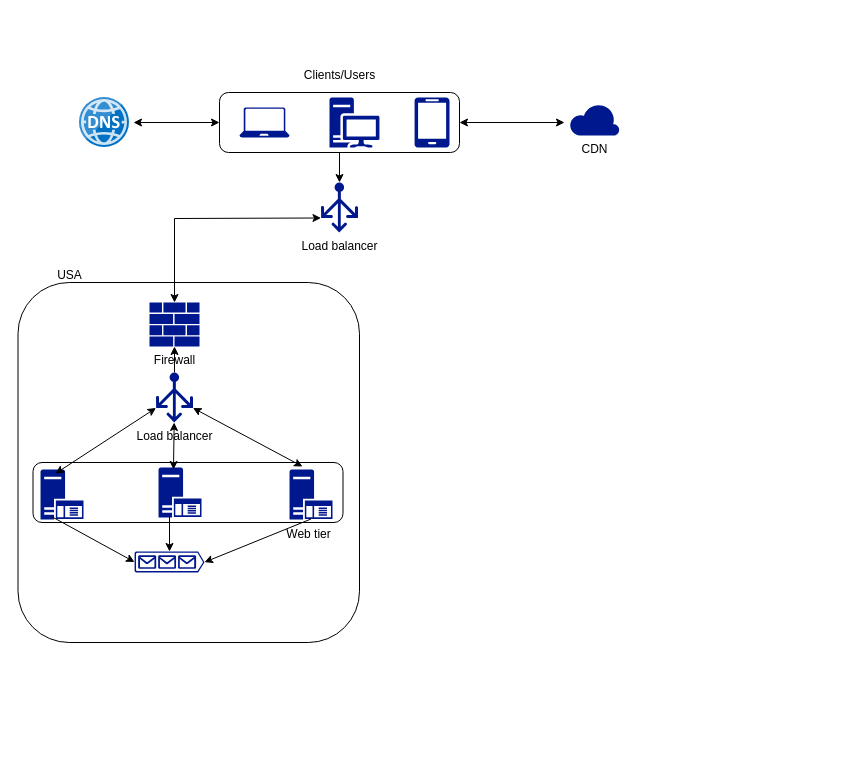
The draw.io diagram resoures/drawio/HLA_architectural_design_0001.drawio in hkravtsov/hla, before the edit. Source tidied: cells renumbered, new cells numbered last; positions are measured from the earlier drawing's top-left corner, leaving out a move shared by most shapes. Both pictures are drawn from the tidied source at 100%, with x=0, y=0 at pixel (17, 60).
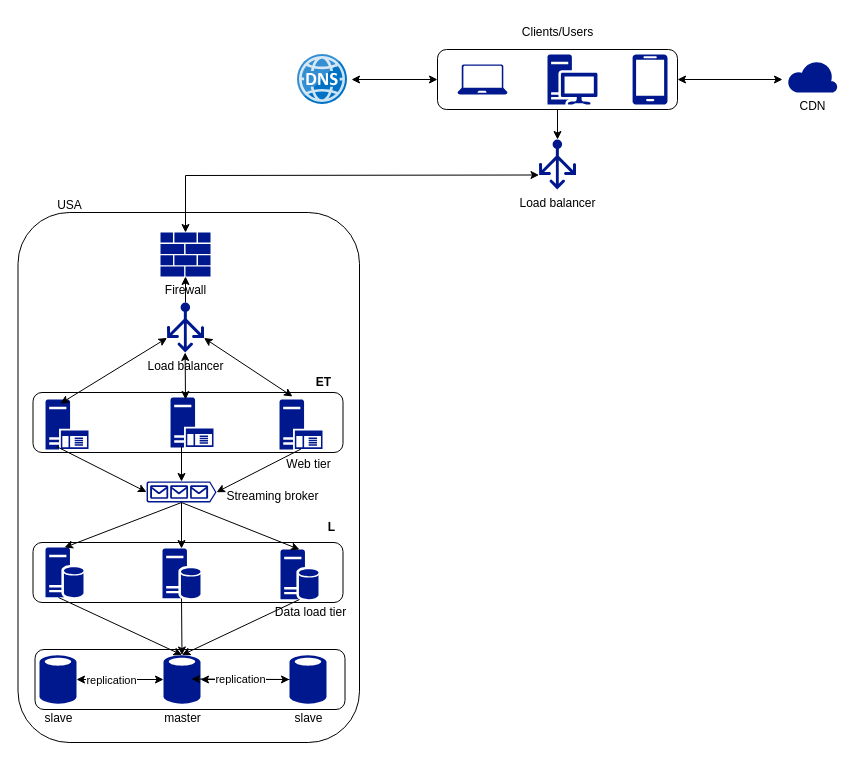
After the change.

Diff of the diagram source:
```diff
@@
     <mxCell id="2" value="Load balancer" style="sketch=0;shadow=0;dashed=0;html=1;strokeColor=none;labelPosition=center;verticalLabelPosition=bottom;verticalAlign=top;align=center;fillColor=#00188D;shape=mxgraph.azure.load_balancer_generic;" parent="1" vertex="1">
-      <mxGeometry x="303.5" y="122" width="37" height="50" as="geometry" />
+      <mxGeometry x="521.5" y="79" width="37" height="50" as="geometry" />
     </mxCell>
@@
     <mxCell id="4" style="rounded=1;whiteSpace=wrap;html=1;" parent="1" vertex="1">
-      <mxGeometry x="202" y="32" width="240" height="60" as="geometry" />
+      <mxGeometry x="420" y="-11" width="240" height="60" as="geometry" />
     </mxCell>
     <mxCell id="5" style="sketch=0;shadow=0;dashed=0;html=1;strokeColor=none;labelPosition=center;verticalLabelPosition=bottom;verticalAlign=top;align=center;fillColor=#00188D;shape=mxgraph.azure.laptop;" parent="1" vertex="1">
-      <mxGeometry x="222" y="47" width="50" height="30" as="geometry" />
+      <mxGeometry x="440" y="4" width="50" height="30" as="geometry" />
     </mxCell>
     <mxCell id="6" style="sketch=0;shadow=0;dashed=0;html=1;strokeColor=none;labelPosition=center;verticalLabelPosition=bottom;verticalAlign=top;align=center;fillColor=#00188D;shape=mxgraph.mscae.enterprise.workstation_client;" parent="1" vertex="1">
-      <mxGeometry x="312" y="37" width="50" height="50" as="geometry" />
+      <mxGeometry x="530" y="-6" width="50" height="50" as="geometry" />
     </mxCell>
     <mxCell id="7" style="sketch=0;shadow=0;dashed=0;html=1;strokeColor=none;labelPosition=center;verticalLabelPosition=bottom;verticalAlign=top;align=center;fillColor=#00188D;shape=mxgraph.azure.mobile;" parent="1" vertex="1">
-      <mxGeometry x="397" y="37" width="35" height="50" as="geometry" />
+      <mxGeometry x="615" y="-6" width="35" height="50" as="geometry" />
     </mxCell>
     <mxCell id="8" style="image;sketch=0;html=1;points=[];align=center;fontSize=12;image=img/lib/mscae/DNS.svg;" parent="1" vertex="1">
-      <mxGeometry x="62" y="37" width="50" height="50" as="geometry" />
+      <mxGeometry x="280" y="-6" width="50" height="50" as="geometry" />
     </mxCell>
@@
     <mxCell id="10" value="Clients/Users" style="text;html=1;align=center;verticalAlign=middle;strokeColor=none;fillColor=none;" parent="1" vertex="1">
-      <mxGeometry x="277" width="90" height="30" as="geometry" />
+      <mxGeometry x="495" y="-43" width="90" height="30" as="geometry" />
     </mxCell>
     <mxCell id="11" value="CDN" style="sketch=0;shadow=0;dashed=0;html=1;strokeColor=none;labelPosition=center;verticalLabelPosition=bottom;verticalAlign=top;align=center;fillColor=#00188D;shape=mxgraph.azure.cloud;" parent="1" vertex="1">
-      <mxGeometry x="552" y="43" width="50" height="32" as="geometry" />
+      <mxGeometry x="770" width="50" height="32" as="geometry" />
     </mxCell>
@@
     <mxCell id="13" style="rounded=1;whiteSpace=wrap;html=1;" parent="1" vertex="1">
-      <mxGeometry x="0.5" y="222" width="341.5" height="360" as="geometry" />
+      <mxGeometry x="0.5" y="152" width="341.5" height="530" as="geometry" />
     </mxCell>
     <mxCell id="14" value="Firewall" style="sketch=0;shadow=0;dashed=0;html=1;strokeColor=none;labelPosition=center;verticalLabelPosition=bottom;verticalAlign=top;align=center;fillColor=#00188D;shape=mxgraph.mscae.enterprise.firewall;" parent="1" vertex="1">
-      <mxGeometry x="132" y="242" width="50" height="44" as="geometry" />
+      <mxGeometry x="143" y="172" width="50" height="44" as="geometry" />
     </mxCell>
     <mxCell id="15" style="endArrow=classic;startArrow=classic;html=1;rounded=0;entryX=0;entryY=0.71;entryDx=0;entryDy=0;entryPerimeter=0;exitX=0.5;exitY=0;exitDx=0;exitDy=0;exitPerimeter=0;" parent="1" edge="1" source="14" target="2">
       <mxGeometry relative="1" as="geometry">
         <Array as="points">
-          <mxPoint x="157" y="158" />
+          <mxPoint x="168" y="115" />
         </Array>
       </mxGeometry>
     </mxCell>
@@
     <mxCell id="17" value="Load balancer" style="sketch=0;shadow=0;dashed=0;html=1;strokeColor=none;labelPosition=center;verticalLabelPosition=bottom;verticalAlign=top;align=center;fillColor=#00188D;shape=mxgraph.azure.load_balancer_generic;" parent="1" vertex="1">
-      <mxGeometry x="138.5" y="312" width="37" height="50" as="geometry" />
+      <mxGeometry x="149.5" y="242" width="37" height="50" as="geometry" />
     </mxCell>
     <mxCell id="18" value="USA" style="text;html=1;align=center;verticalAlign=middle;strokeColor=none;fillColor=none;" parent="1" vertex="1">
-      <mxGeometry x="27" y="200" width="50" height="30" as="geometry" />
+      <mxGeometry x="27" y="130" width="50" height="30" as="geometry" />
     </mxCell>
     <mxCell id="19" style="rounded=1;whiteSpace=wrap;html=1;" parent="1" vertex="1">
-      <mxGeometry x="15.5" y="402" width="310" height="60" as="geometry" />
+      <mxGeometry x="15.5" y="332" width="310" height="60" as="geometry" />
     </mxCell>
     <mxCell id="20" style="sketch=0;shadow=0;dashed=0;html=1;strokeColor=none;labelPosition=center;verticalLabelPosition=bottom;verticalAlign=top;align=center;fillColor=#00188D;shape=mxgraph.mscae.enterprise.application_server;" parent="1" vertex="1">
-      <mxGeometry x="23" y="409" width="43" height="50" as="geometry" />
+      <mxGeometry x="28" y="339" width="43" height="50" as="geometry" />
     </mxCell>
     <mxCell id="21" style="sketch=0;shadow=0;dashed=0;html=1;strokeColor=none;labelPosition=center;verticalLabelPosition=bottom;verticalAlign=top;align=center;fillColor=#00188D;shape=mxgraph.mscae.enterprise.application_server;" parent="1" vertex="1">
-      <mxGeometry x="141" y="407" width="43" height="50" as="geometry" />
+      <mxGeometry x="153" y="337" width="43" height="50" as="geometry" />
     </mxCell>
     <mxCell id="22" style="sketch=0;shadow=0;dashed=0;html=1;strokeColor=none;labelPosition=center;verticalLabelPosition=bottom;verticalAlign=top;align=center;fillColor=#00188D;shape=mxgraph.mscae.enterprise.application_server;" parent="1" vertex="1">
-      <mxGeometry x="272" y="409" width="43" height="50" as="geometry" />
+      <mxGeometry x="262" y="339" width="43" height="50" as="geometry" />
     </mxCell>
@@
     <mxCell id="26" style="sketch=0;shadow=0;dashed=0;html=1;strokeColor=none;labelPosition=center;verticalLabelPosition=bottom;verticalAlign=top;align=center;fillColor=#00188D;shape=mxgraph.azure.queue_generic;" parent="1" vertex="1">
-      <mxGeometry x="117" y="491" width="70" height="21" as="geometry" />
+      <mxGeometry x="129" y="421" width="70" height="21" as="geometry" />
     </mxCell>
     <mxCell id="27" value="Web tier" style="text;html=1;align=center;verticalAlign=middle;strokeColor=none;fillColor=none;" parent="1" vertex="1">
-      <mxGeometry x="255.5" y="459" width="70" height="30" as="geometry" />
+      <mxGeometry x="255.5" y="389" width="70" height="30" as="geometry" />
     </mxCell>
@@
+    <mxCell id="31" value="Streaming broker" style="text;html=1;align=center;verticalAlign=middle;strokeColor=none;fillColor=none;" parent="1" vertex="1">
+      <mxGeometry x="195" y="421" width="120" height="30" as="geometry" />
+    </mxCell>
+    <mxCell id="32" style="rounded=1;whiteSpace=wrap;html=1;" parent="1" vertex="1">
+      <mxGeometry x="15.5" y="482" width="310" height="60" as="geometry" />
+    </mxCell>
+    <mxCell id="33" value="&lt;b&gt;ET&lt;/b&gt;" style="text;html=1;align=center;verticalAlign=middle;strokeColor=none;fillColor=none;" parent="1" vertex="1">
+      <mxGeometry x="285.5" y="307" width="40" height="30" as="geometry" />
+    </mxCell>
+    <mxCell id="34" style="sketch=0;shadow=0;dashed=0;html=1;strokeColor=none;labelPosition=center;verticalLabelPosition=bottom;verticalAlign=top;align=center;fillColor=#00188D;shape=mxgraph.mscae.enterprise.database_server;" parent="1" vertex="1">
+      <mxGeometry x="28" y="487" width="38" height="50" as="geometry" />
+    </mxCell>
+    <mxCell id="35" style="sketch=0;shadow=0;dashed=0;html=1;strokeColor=none;labelPosition=center;verticalLabelPosition=bottom;verticalAlign=top;align=center;fillColor=#00188D;shape=mxgraph.mscae.enterprise.database_server;" parent="1" vertex="1">
+      <mxGeometry x="145" y="488" width="38" height="50" as="geometry" />
+    </mxCell>
+    <mxCell id="36" style="sketch=0;shadow=0;dashed=0;html=1;strokeColor=none;labelPosition=center;verticalLabelPosition=bottom;verticalAlign=top;align=center;fillColor=#00188D;shape=mxgraph.mscae.enterprise.database_server;" parent="1" vertex="1">
+      <mxGeometry x="263" y="489" width="38" height="50" as="geometry" />
+    </mxCell>
+    <mxCell id="37" style="endArrow=classic;html=1;rounded=0;exitX=0.5;exitY=1;exitDx=0;exitDy=0;exitPerimeter=0;entryX=0.5;entryY=0;entryDx=0;entryDy=0;entryPerimeter=0;" parent="1" edge="1" source="26" target="34">
+      <mxGeometry relative="1" as="geometry" />
+    </mxCell>
+    <mxCell id="38" style="endArrow=classic;html=1;rounded=0;entryX=0.5;entryY=0;entryDx=0;entryDy=0;entryPerimeter=0;exitX=0.5;exitY=1;exitDx=0;exitDy=0;exitPerimeter=0;" parent="1" edge="1" source="26" target="35">
+      <mxGeometry relative="1" as="geometry" />
+    </mxCell>
+    <mxCell id="39" style="endArrow=classic;html=1;rounded=0;entryX=0.5;entryY=0;entryDx=0;entryDy=0;entryPerimeter=0;exitX=0.5;exitY=1;exitDx=0;exitDy=0;exitPerimeter=0;" parent="1" edge="1" source="26" target="36">
+      <mxGeometry relative="1" as="geometry" />
+    </mxCell>
+    <mxCell id="40" value="&lt;b&gt;L&lt;/b&gt;" style="text;html=1;align=center;verticalAlign=middle;strokeColor=none;fillColor=none;" parent="1" vertex="1">
+      <mxGeometry x="298.5" y="452" width="30" height="30" as="geometry" />
+    </mxCell>
+    <mxCell id="41" value="Data load tier" style="text;html=1;align=center;verticalAlign=middle;strokeColor=none;fillColor=none;" parent="1" vertex="1">
+      <mxGeometry x="247.5" y="537" width="90" height="30" as="geometry" />
+    </mxCell>
+    <mxCell id="42" style="rounded=1;whiteSpace=wrap;html=1;" parent="1" vertex="1">
+      <mxGeometry x="17.5" y="589" width="310" height="60" as="geometry" />
+    </mxCell>
+    <mxCell id="43" value="slave" style="sketch=0;shadow=0;dashed=0;html=1;strokeColor=none;labelPosition=center;verticalLabelPosition=bottom;verticalAlign=top;align=center;fillColor=#00188D;shape=mxgraph.mscae.enterprise.database_generic;" parent="1" vertex="1">
+      <mxGeometry x="22" y="594" width="37" height="50" as="geometry" />
+    </mxCell>
+    <mxCell id="44" value="master" style="sketch=0;shadow=0;dashed=0;html=1;strokeColor=none;labelPosition=center;verticalLabelPosition=bottom;verticalAlign=top;align=center;fillColor=#00188D;shape=mxgraph.mscae.enterprise.database_generic;" parent="1" vertex="1">
+      <mxGeometry x="146" y="594" width="37" height="50" as="geometry" />
+    </mxCell>
+    <mxCell id="45" style="edgeStyle=orthogonalEdgeStyle;rounded=0;jettySize=auto;html=1;" parent="1" edge="1" source="46" target="44">
+      <mxGeometry relative="1" as="geometry" />
+    </mxCell>
+    <mxCell id="46" value="slave" style="sketch=0;shadow=0;dashed=0;html=1;strokeColor=none;labelPosition=center;verticalLabelPosition=bottom;verticalAlign=top;align=center;fillColor=#00188D;shape=mxgraph.mscae.enterprise.database_generic;" parent="1" vertex="1">
+      <mxGeometry x="272" y="594" width="37" height="50" as="geometry" />
+    </mxCell>
+    <mxCell id="47" style="endArrow=classic;html=1;rounded=0;entryX=0.5;entryY=0.01;entryDx=0;entryDy=0;entryPerimeter=0;exitX=0.342;exitY=1;exitDx=0;exitDy=0;exitPerimeter=0;" parent="1" edge="1" source="34" target="44">
+      <mxGeometry relative="1" as="geometry" />
+    </mxCell>
+    <mxCell id="48" style="endArrow=classic;html=1;rounded=0;entryX=0.5;entryY=0.01;entryDx=0;entryDy=0;entryPerimeter=0;exitX=0.5;exitY=1;exitDx=0;exitDy=0;exitPerimeter=0;" parent="1" edge="1" source="35" target="44">
+      <mxGeometry relative="1" as="geometry" />
+    </mxCell>
+    <mxCell id="49" style="endArrow=classic;html=1;rounded=0;entryX=0.5;entryY=0.01;entryDx=0;entryDy=0;entryPerimeter=0;exitX=0.5;exitY=1;exitDx=0;exitDy=0;exitPerimeter=0;" parent="1" edge="1" source="36" target="44">
+      <mxGeometry relative="1" as="geometry" />
+    </mxCell>
+    <mxCell id="50" style="endArrow=classic;startArrow=classic;html=1;rounded=0;exitX=1;exitY=0.5;exitDx=0;exitDy=0;exitPerimeter=0;entryX=0;entryY=0.5;entryDx=0;entryDy=0;entryPerimeter=0;" parent="1" edge="1" source="43" target="44">
+      <mxGeometry relative="1" as="geometry" />
+    </mxCell>
+    <mxCell id="51" value="replication" style="edgeLabel;html=1;align=center;verticalAlign=middle;" parent="50" vertex="1">
+      <mxGeometry x="-0.21" relative="1" as="geometry" />
+    </mxCell>
+    <mxCell id="52" style="endArrow=classic;startArrow=classic;html=1;rounded=0;exitX=1;exitY=0.5;exitDx=0;exitDy=0;exitPerimeter=0;entryX=0;entryY=0.5;entryDx=0;entryDy=0;entryPerimeter=0;" parent="1" edge="1" target="46">
+      <mxGeometry relative="1" as="geometry">
+        <mxPoint x="174" y="618.5" as="sourcePoint" />
+      </mxGeometry>
+    </mxCell>
+    <mxCell id="53" value="replication" style="edgeLabel;html=1;align=center;verticalAlign=middle;" parent="52" vertex="1">
+      <mxGeometry x="0.01" relative="1" as="geometry" />
+    </mxCell>
```
